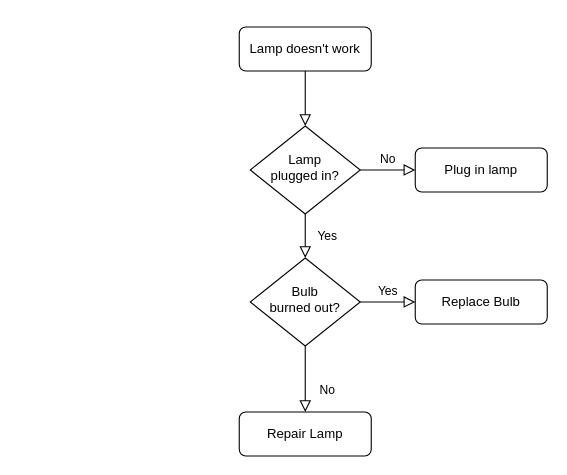
Above: Диаграмма без названия.drawio in Helga1128/DE-101-Module1- (draw.io), before the change. Source tidied: cells renumbered, new cells numbered last; positions are measured from the earlier drawing's top-left corner, leaving out a move shared by most shapes. Both pictures are drawn from the tidied source at 110%, with x=0, y=0 at pixel (239, 26).
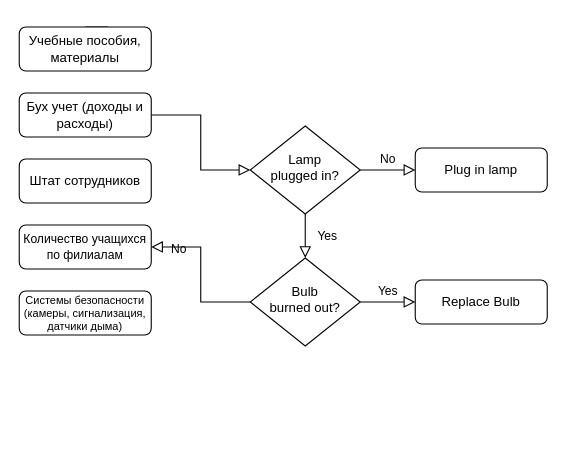
The same diagram, later.

Commit message:
Архитектура Аналитического решения для частной школы английского языка

The edit, as a diff of the source:
```diff
@@
 <mxGraphModel>
   <root>
     <mxCell id="0" />
     <mxCell id="1" parent="0" />
     <mxCell id="2" style="rounded=0;html=1;jettySize=auto;fontSize=11;endArrow=block;endFill=0;endSize=8;strokeWidth=1;shadow=0;labelBackgroundColor=none;edgeStyle=orthogonalEdgeStyle;" parent="1" edge="1" source="3" target="6">
       <mxGeometry relative="1" as="geometry" />
     </mxCell>
-    <mxCell id="3" value="Lamp doesn't work" style="rounded=1;whiteSpace=wrap;html=1;fontSize=12;glass=0;strokeWidth=1;shadow=0;" parent="1" vertex="1">
-      <mxGeometry width="120" height="40" as="geometry" />
+    <mxCell id="3" value="Бух учет (доходы и расходы)" style="rounded=1;whiteSpace=wrap;html=1;fontSize=12;glass=0;strokeWidth=1;shadow=0;" parent="1" vertex="1">
+      <mxGeometry x="-200" y="60" width="120" height="40" as="geometry" />
     </mxCell>
     <mxCell id="4" value="Yes" style="rounded=0;html=1;jettySize=auto;fontSize=11;endArrow=block;endFill=0;endSize=8;strokeWidth=1;shadow=0;labelBackgroundColor=none;edgeStyle=orthogonalEdgeStyle;" parent="1" edge="1" source="6" target="10">
       <mxGeometry y="20" relative="1" as="geometry" />
     </mxCell>
     <mxCell id="5" value="No" style="edgeStyle=orthogonalEdgeStyle;rounded=0;html=1;jettySize=auto;fontSize=11;endArrow=block;endFill=0;endSize=8;strokeWidth=1;shadow=0;labelBackgroundColor=none;" parent="1" edge="1" source="6" target="7">
       <mxGeometry y="10" relative="1" as="geometry" />
     </mxCell>
     <mxCell id="6" value="Lamp&lt;br&gt;plugged in?" style="rhombus;whiteSpace=wrap;html=1;shadow=0;fontFamily=Helvetica;fontSize=12;align=center;strokeWidth=1;spacing=6;spacingTop=-4;" parent="1" vertex="1">
       <mxGeometry x="10" y="90" width="100" height="80" as="geometry" />
     </mxCell>
     <mxCell id="7" value="Plug in lamp" style="rounded=1;whiteSpace=wrap;html=1;fontSize=12;glass=0;strokeWidth=1;shadow=0;" parent="1" vertex="1">
       <mxGeometry x="160" y="110" width="120" height="40" as="geometry" />
     </mxCell>
     <mxCell id="8" value="No" style="rounded=0;html=1;jettySize=auto;fontSize=11;endArrow=block;endFill=0;endSize=8;strokeWidth=1;shadow=0;labelBackgroundColor=none;edgeStyle=orthogonalEdgeStyle;" parent="1" edge="1" source="10" target="11">
       <mxGeometry x="0.33" y="20" relative="1" as="geometry" />
     </mxCell>
     <mxCell id="9" value="Yes" style="edgeStyle=orthogonalEdgeStyle;rounded=0;html=1;jettySize=auto;fontSize=11;endArrow=block;endFill=0;endSize=8;strokeWidth=1;shadow=0;labelBackgroundColor=none;" parent="1" edge="1" source="10" target="12">
       <mxGeometry y="10" relative="1" as="geometry" />
     </mxCell>
     <mxCell id="10" value="Bulb&lt;br&gt;burned out?" style="rhombus;whiteSpace=wrap;html=1;shadow=0;fontFamily=Helvetica;fontSize=12;align=center;strokeWidth=1;spacing=6;spacingTop=-4;" parent="1" vertex="1">
       <mxGeometry x="10" y="210" width="100" height="80" as="geometry" />
     </mxCell>
-    <mxCell id="11" value="Repair Lamp" style="rounded=1;whiteSpace=wrap;html=1;fontSize=12;glass=0;strokeWidth=1;shadow=0;" parent="1" vertex="1">
-      <mxGeometry y="350" width="120" height="40" as="geometry" />
+    <mxCell id="11" value="Количество учащихся по филиалам" style="rounded=1;whiteSpace=wrap;html=1;fontSize=11;glass=0;strokeWidth=1;shadow=0;" parent="1" vertex="1">
+      <mxGeometry x="-200" y="180" width="120" height="40" as="geometry" />
     </mxCell>
     <mxCell id="12" value="Replace Bulb" style="rounded=1;whiteSpace=wrap;html=1;fontSize=12;glass=0;strokeWidth=1;shadow=0;" parent="1" vertex="1">
       <mxGeometry x="160" y="230" width="120" height="40" as="geometry" />
     </mxCell>
+    <mxCell id="13" style="edgeStyle=orthogonalEdgeStyle;rounded=0;jettySize=auto;html=1;exitX=0.5;exitY=0;exitDx=0;exitDy=0;" parent="1" edge="1" source="14">
+      <mxGeometry relative="1" as="geometry">
+        <mxPoint x="-120" y="20" as="targetPoint" />
+      </mxGeometry>
+    </mxCell>
+    <mxCell id="14" value="Учебные пособия, материалы" style="rounded=1;whiteSpace=wrap;html=1;fontSize=12;glass=0;strokeWidth=1;shadow=0;" parent="1" vertex="1">
+      <mxGeometry x="-200" width="120" height="40" as="geometry" />
+    </mxCell>
+    <mxCell id="15" value="Штат сотрудников" style="rounded=1;whiteSpace=wrap;html=1;fontSize=12;glass=0;strokeWidth=1;shadow=0;" parent="1" vertex="1">
+      <mxGeometry x="-200" y="120" width="120" height="40" as="geometry" />
+    </mxCell>
+    <mxCell id="16" value="Системы безопасности (камеры, сигнализация, датчики дыма)" style="rounded=1;whiteSpace=wrap;html=1;fontSize=10;glass=0;strokeWidth=1;shadow=0;" parent="1" vertex="1">
+      <mxGeometry x="-200" y="240" width="120" height="40" as="geometry" />
+    </mxCell>
   </root>
 </mxGraphModel>
```
